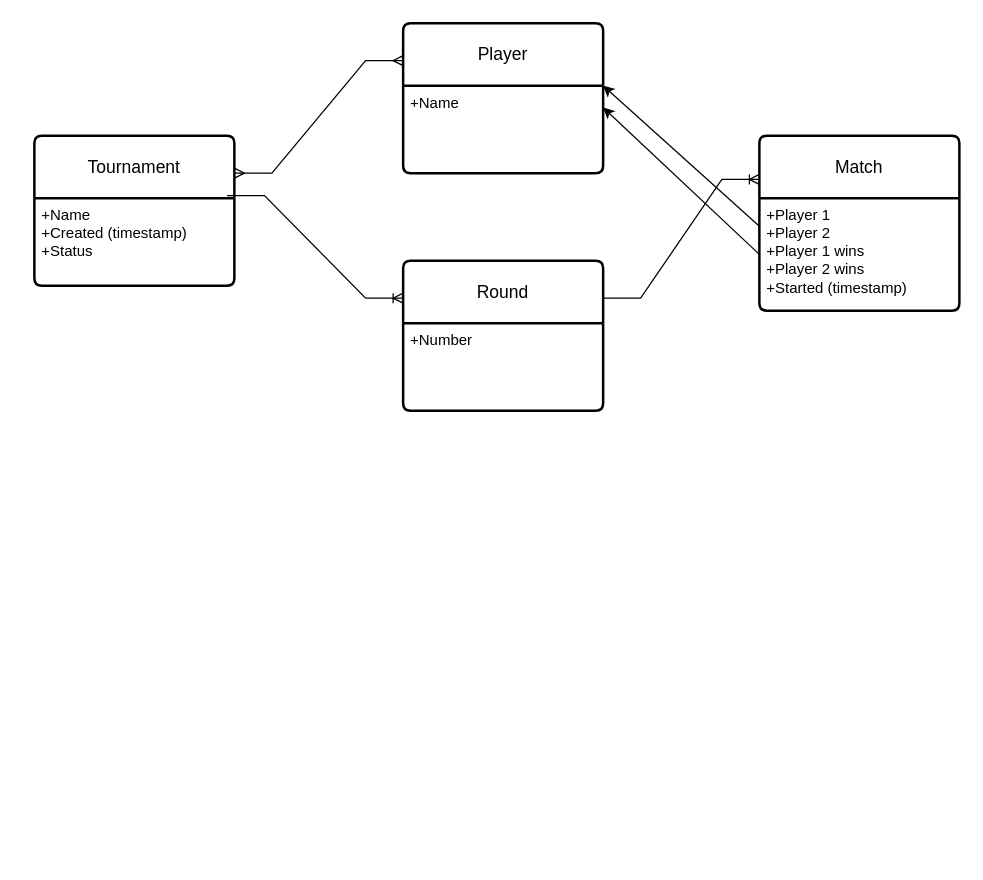
This is international_db.drawio from GianlucaTurra/international, a draw.io file, before an edit. Source tidied: cells renumbered, new cells numbered last; positions are measured from the earlier drawing's top-left corner, leaving out a move shared by most shapes. Both pictures are drawn from the tidied source at 125%, with x=0, y=0 at pixel (34, 22).
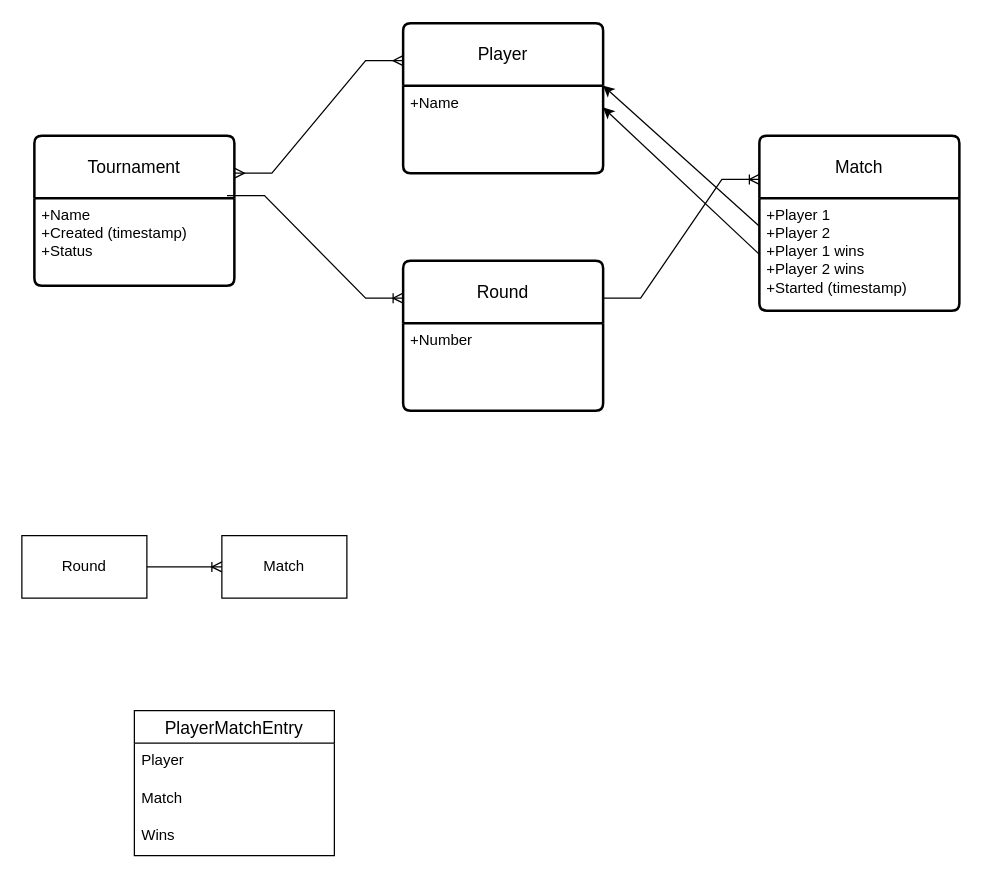
After the change.

Commit message:
Appunti db models

The edit, as a diff of the source:
```diff
@@
+    <mxCell id="15" value="&lt;div&gt;Round&lt;/div&gt;" style="html=1;dashed=0;whiteSpace=wrap;" parent="1" vertex="1">
+      <mxGeometry x="-10" y="410" width="100" height="50" as="geometry" />
+    </mxCell>
+    <mxCell id="16" value="&lt;div&gt;Match&lt;/div&gt;" style="html=1;dashed=0;whiteSpace=wrap;" parent="1" vertex="1">
+      <mxGeometry x="150" y="410" width="100" height="50" as="geometry" />
+    </mxCell>
+    <mxCell id="17" style="edgeStyle=entityRelationEdgeStyle;fontSize=12;html=1;endArrow=ERoneToMany;rounded=0;exitX=1;exitY=0.5;exitDx=0;exitDy=0;entryX=0;entryY=0.5;entryDx=0;entryDy=0;" parent="1" edge="1" source="15" target="16">
+      <mxGeometry relative="1" as="geometry" />
+    </mxCell>
+    <mxCell id="18" value="PlayerMatchEntry" style="swimlane;fontStyle=0;horizontal=1;startSize=26;align=center;fontSize=14;" parent="1" vertex="1">
+      <mxGeometry x="80" y="550" width="160" height="116" as="geometry" />
+    </mxCell>
+    <mxCell id="19" value="Player" style="text;strokeColor=none;fillColor=none;spacingLeft=4;spacingRight=4;overflow=hidden;fontSize=12;whiteSpace=wrap;html=1;" parent="18" vertex="1">
+      <mxGeometry y="26" width="160" height="30" as="geometry" />
+    </mxCell>
+    <mxCell id="20" value="&lt;div&gt;Match&lt;/div&gt;" style="text;strokeColor=none;fillColor=none;spacingLeft=4;spacingRight=4;overflow=hidden;fontSize=12;whiteSpace=wrap;html=1;" parent="18" vertex="1">
+      <mxGeometry y="56" width="160" height="30" as="geometry" />
+    </mxCell>
+    <mxCell id="21" value="Wins" style="text;strokeColor=none;fillColor=none;spacingLeft=4;spacingRight=4;overflow=hidden;fontSize=12;whiteSpace=wrap;html=1;" parent="18" vertex="1">
+      <mxGeometry y="86" width="160" height="30" as="geometry" />
+    </mxCell>
```
